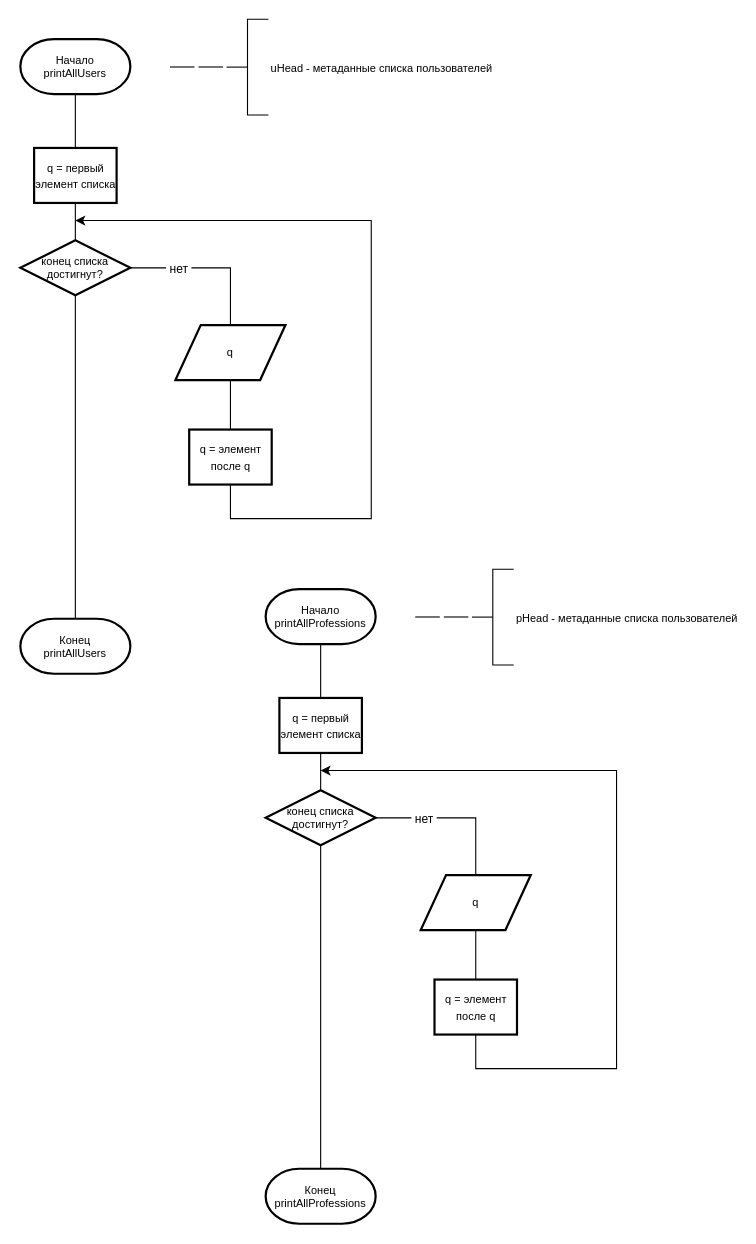
Earlier version of the draw.io diagram page "printAll" (6 of 29) of course_work_2/3311sharpinskiy-course_work.drawio (Pyc-Nya/leti-programming-1-course). Source tidied: cells renumbered, new cells numbered last; positions are measured from the earlier drawing's top-left corner, leaving out a move shared by most shapes. Both pictures are drawn from the tidied source at 110%, with x=0, y=0 at pixel (20, 19).
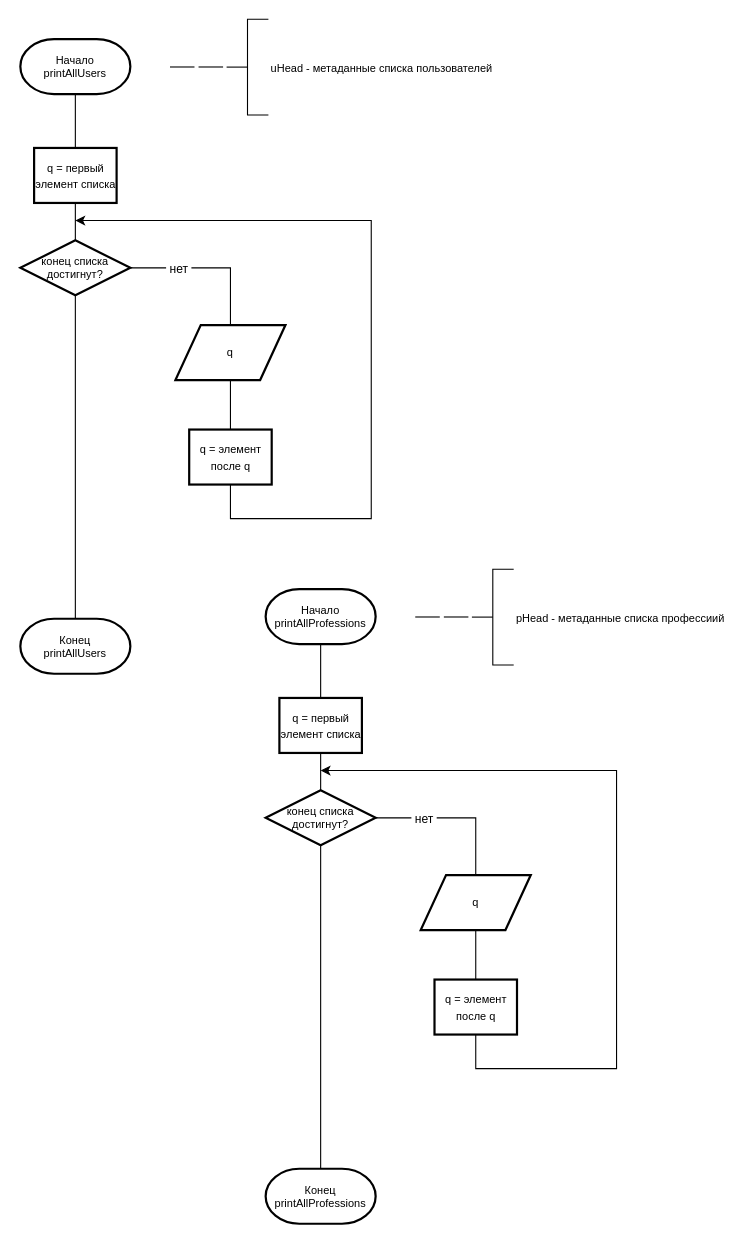
Above is the later version.

The edit, as a diff of the source:
```diff
@@
-    <mxCell id="22" value="&lt;font style=&quot;font-size: 10px;&quot;&gt;pHead - метаданные списка пользователей&lt;br&gt;&lt;/font&gt;" style="strokeWidth=1;html=1;shape=mxgraph.flowchart.annotation_2;align=left;labelPosition=right;" parent="1" vertex="1">
+    <mxCell id="22" value="&lt;font style=&quot;font-size: 10px;&quot;&gt;pHead - метаданные списка профессиий&lt;br&gt;&lt;/font&gt;" style="strokeWidth=1;html=1;shape=mxgraph.flowchart.annotation_2;align=left;labelPosition=right;" parent="1" vertex="1">
       <mxGeometry x="410.5" y="500" width="38" height="87" as="geometry" />
     </mxCell>
```
